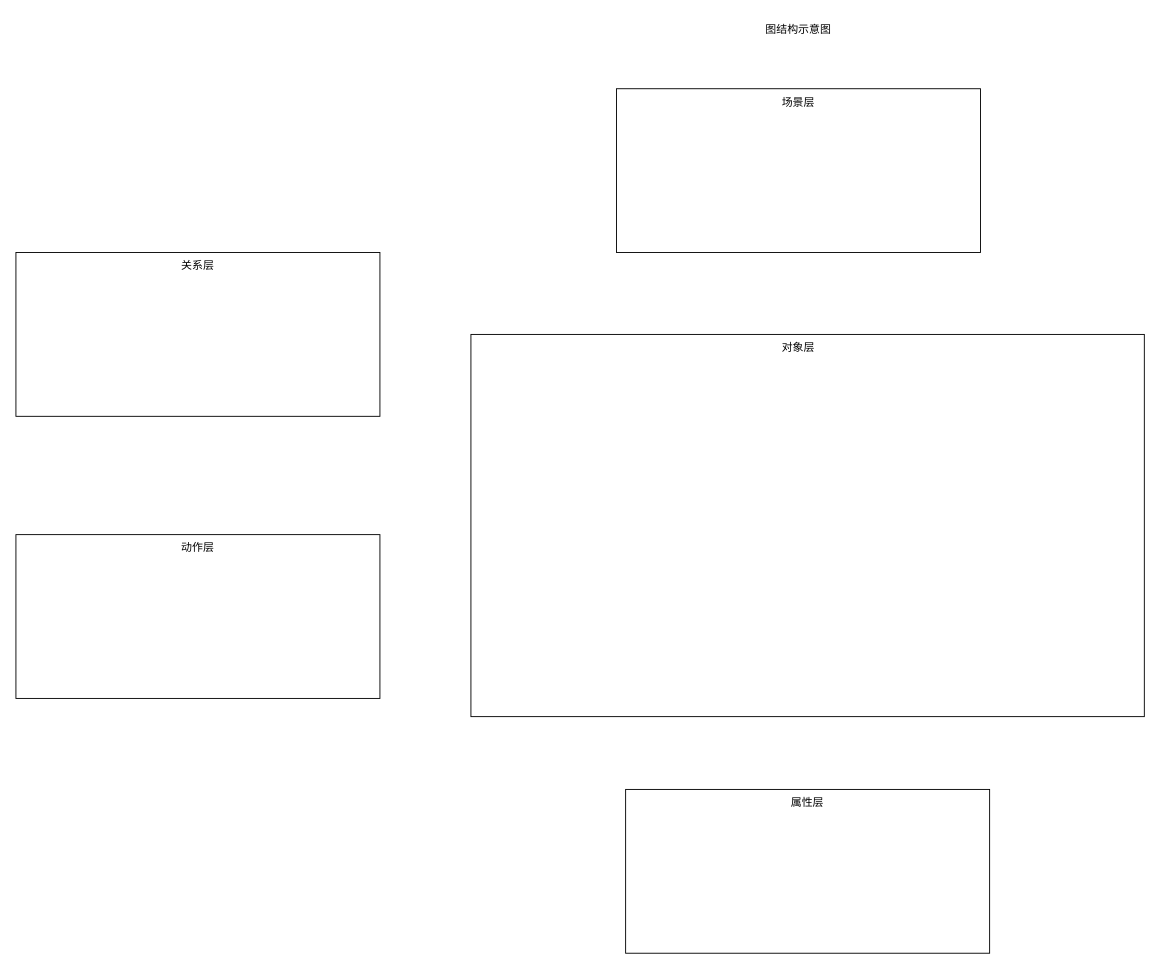
Above: 图神经网络增强的图像检索.drawio in huaxiaojilzg/workflow_draw (draw.io), before the change. Source tidied: cells renumbered, new cells numbered last; positions are measured from the earlier drawing's top-left corner, leaving out a move shared by most shapes. Both pictures are drawn from the tidied source at 91%, with x=0, y=0 at pixel (15, 15).
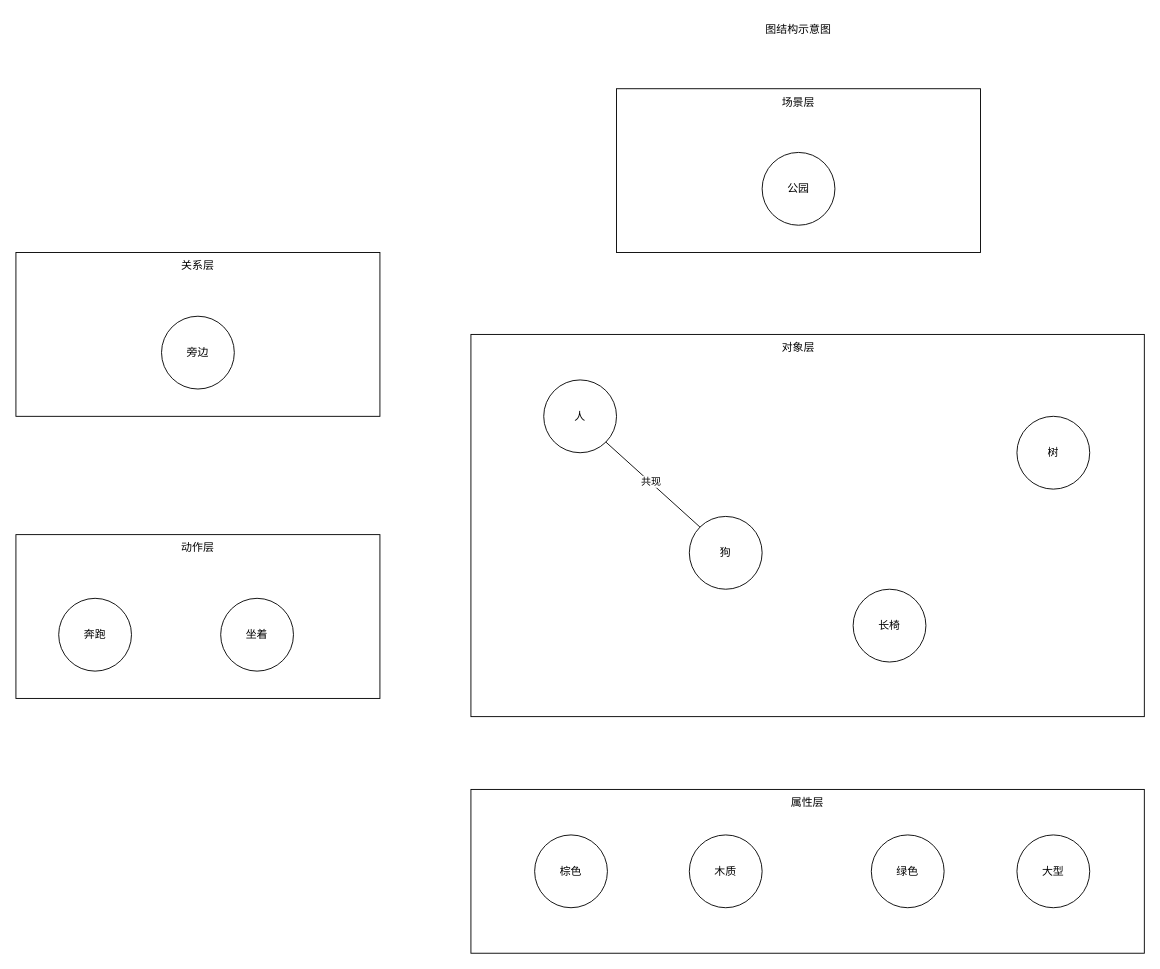
Above is the later version.

Commit message (it also covers changes not shown here):
更新图神经网络增强的图像检索.drawio

What changed in the source:
```diff
@@
     <mxCell id="7" style="rounded=0;whiteSpace=wrap;html=1;hachureGap=4;fontFamily=Architects Daughter;" parent="1" vertex="1">
-      <mxGeometry x="670" y="850" width="400" height="180" as="geometry" />
+      <mxGeometry x="500" y="850" width="740" height="180" as="geometry" />
     </mxCell>
@@
+    <mxCell id="13" value="人" style="ellipse;whiteSpace=wrap;html=1;" parent="1" vertex="1">
+      <mxGeometry x="580" y="400" width="80" height="80" as="geometry" />
+    </mxCell>
+    <mxCell id="14" value="狗" style="ellipse;whiteSpace=wrap;html=1;" parent="1" vertex="1">
+      <mxGeometry x="740" y="550" width="80" height="80" as="geometry" />
+    </mxCell>
+    <mxCell id="15" value="长椅" style="ellipse;whiteSpace=wrap;html=1;" parent="1" vertex="1">
+      <mxGeometry x="920" y="630" width="80" height="80" as="geometry" />
+    </mxCell>
+    <mxCell id="16" value="树" style="ellipse;whiteSpace=wrap;html=1;" parent="1" vertex="1">
+      <mxGeometry x="1100" y="440" width="80" height="80" as="geometry" />
+    </mxCell>
+    <mxCell id="17" value="公园" style="ellipse;whiteSpace=wrap;html=1;" parent="1" vertex="1">
+      <mxGeometry x="820" y="150" width="80" height="80" as="geometry" />
+    </mxCell>
+    <mxCell id="18" value="旁边" style="ellipse;whiteSpace=wrap;html=1;" parent="1" vertex="1">
+      <mxGeometry x="160" y="330" width="80" height="80" as="geometry" />
+    </mxCell>
+    <mxCell id="19" value="奔跑" style="ellipse;whiteSpace=wrap;html=1;" parent="1" vertex="1">
+      <mxGeometry x="47" y="640" width="80" height="80" as="geometry" />
+    </mxCell>
+    <mxCell id="20" value="坐着" style="ellipse;whiteSpace=wrap;html=1;" parent="1" vertex="1">
+      <mxGeometry x="225" y="640" width="80" height="80" as="geometry" />
+    </mxCell>
+    <mxCell id="21" value="棕色" style="ellipse;whiteSpace=wrap;html=1;" parent="1" vertex="1">
+      <mxGeometry x="570" y="900" width="80" height="80" as="geometry" />
+    </mxCell>
+    <mxCell id="22" value="木质" style="ellipse;whiteSpace=wrap;html=1;" parent="1" vertex="1">
+      <mxGeometry x="740" y="900" width="80" height="80" as="geometry" />
+    </mxCell>
+    <mxCell id="23" value="绿色" style="ellipse;whiteSpace=wrap;html=1;" parent="1" vertex="1">
+      <mxGeometry x="940" y="900" width="80" height="80" as="geometry" />
+    </mxCell>
+    <mxCell id="24" value="大型" style="ellipse;whiteSpace=wrap;html=1;" parent="1" vertex="1">
+      <mxGeometry x="1100" y="900" width="80" height="80" as="geometry" />
+    </mxCell>
+    <mxCell id="25" style="endArrow=none;html=1;rounded=0;exitX=1;exitY=1;exitDx=0;exitDy=0;entryX=0;entryY=0;entryDx=0;entryDy=0;" parent="1" edge="1" source="13" target="14">
+      <mxGeometry relative="1" as="geometry" />
+    </mxCell>
+    <mxCell id="26" value="共现" style="edgeLabel;html=1;align=center;verticalAlign=middle;" parent="25" vertex="1">
+      <mxGeometry x="-0.06" y="1" relative="1" as="geometry" />
+    </mxCell>
```
